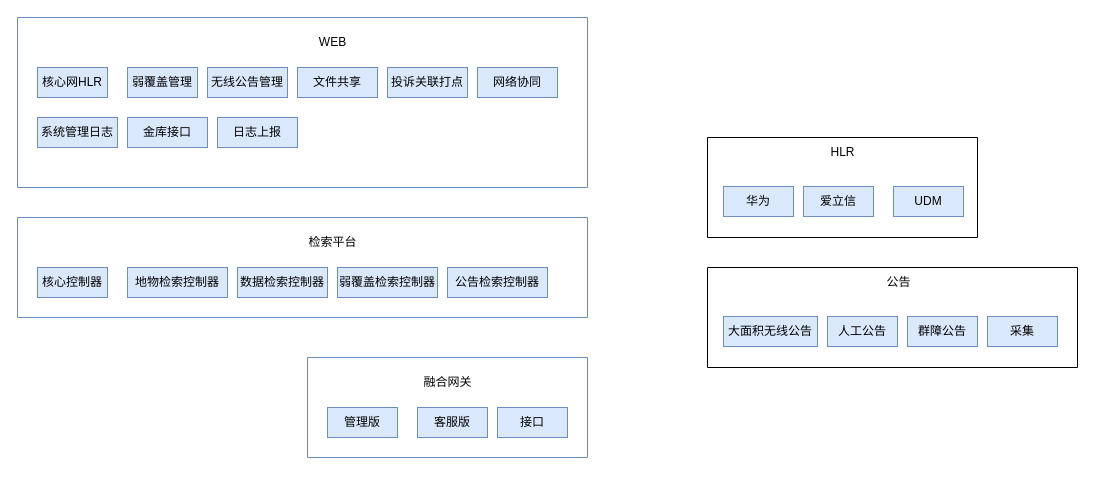
The draw.io diagram 天津系统架构.drawio in MaskJS/draw.io, before the edit. Source tidied: cells renumbered, new cells numbered last; positions are measured from the earlier drawing's top-left corner, leaving out a move shared by most shapes. Both pictures are drawn from the tidied source at 100%, with x=0, y=0 at pixel (17, 17).
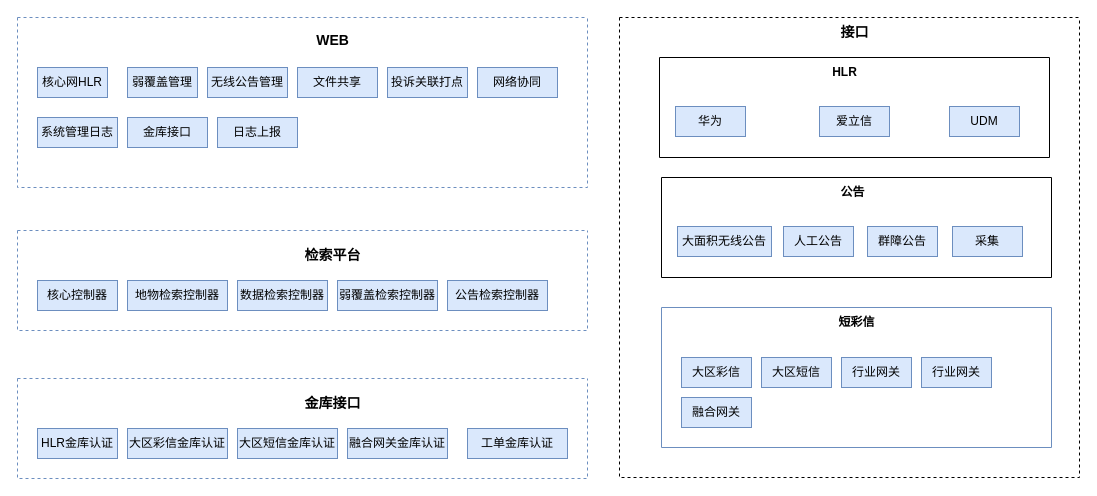
After the change.

Commit message (it also covers changes not shown here):
更新天津系统架构.drawio

Diff of the diagram source:
```diff
@@
-<mxGraphModel>
+<mxGraphModel background="#ffffff">
@@
-    <mxCell id="2" style="swimlane;startSize=0;fillColor=#dae8fc;strokeColor=#6c8ebf;" parent="1" vertex="1">
-      <mxGeometry x="290" y="340" width="280" height="100" as="geometry" />
-    </mxCell>
-    <mxCell id="3" value="管理版" style="whiteSpace=wrap;html=1;fillColor=#dae8fc;strokeColor=#6c8ebf;" parent="2" vertex="1">
-      <mxGeometry x="20" y="50" width="70" height="30" as="geometry" />
-    </mxCell>
-    <mxCell id="4" value="融合网关" style="text;html=1;align=center;verticalAlign=middle;strokeColor=none;fillColor=none;" parent="2" vertex="1">
-      <mxGeometry x="105" y="10" width="70" height="30" as="geometry" />
-    </mxCell>
-    <mxCell id="5" value="客服版" style="whiteSpace=wrap;html=1;fillColor=#dae8fc;strokeColor=#6c8ebf;" parent="2" vertex="1">
-      <mxGeometry x="110" y="50" width="70" height="30" as="geometry" />
-    </mxCell>
-    <mxCell id="6" value="接口" style="whiteSpace=wrap;html=1;fillColor=#dae8fc;strokeColor=#6c8ebf;" parent="2" vertex="1">
-      <mxGeometry x="190" y="50" width="70" height="30" as="geometry" />
-    </mxCell>
-    <mxCell id="7" style="swimlane;startSize=0;fillColor=default;" parent="1" vertex="1">
-      <mxGeometry x="690" y="120" width="270" height="100" as="geometry" />
-    </mxCell>
-    <mxCell id="8" value="HLR" style="text;html=1;align=center;verticalAlign=middle;strokeColor=none;fillColor=none;" parent="7" vertex="1">
-      <mxGeometry x="110" width="50" height="30" as="geometry" />
-    </mxCell>
-    <mxCell id="9" value="华为" style="whiteSpace=wrap;html=1;fillColor=#dae8fc;strokeColor=#6c8ebf;" parent="7" vertex="1">
-      <mxGeometry x="16" y="49" width="70" height="30" as="geometry" />
-    </mxCell>
-    <mxCell id="10" value="爱立信" style="whiteSpace=wrap;html=1;fillColor=#dae8fc;strokeColor=#6c8ebf;" parent="7" vertex="1">
-      <mxGeometry x="96" y="49" width="70" height="30" as="geometry" />
-    </mxCell>
-    <mxCell id="11" value="UDM" style="whiteSpace=wrap;html=1;fillColor=#dae8fc;strokeColor=#6c8ebf;" parent="7" vertex="1">
-      <mxGeometry x="186" y="49" width="70" height="30" as="geometry" />
-    </mxCell>
-    <mxCell id="12" style="swimlane;startSize=0;fillColor=default;" parent="1" vertex="1">
-      <mxGeometry x="690" y="250" width="370" height="100" as="geometry" />
-    </mxCell>
-    <mxCell id="13" value="公告" style="text;html=1;align=center;verticalAlign=middle;strokeColor=none;fillColor=none;" parent="12" vertex="1">
-      <mxGeometry x="166" width="50" height="30" as="geometry" />
-    </mxCell>
-    <mxCell id="14" value="大面积无线公告" style="whiteSpace=wrap;html=1;fillColor=#dae8fc;strokeColor=#6c8ebf;" parent="12" vertex="1">
-      <mxGeometry x="16" y="49" width="94" height="30" as="geometry" />
-    </mxCell>
-    <mxCell id="15" value="人工公告" style="whiteSpace=wrap;html=1;fillColor=#dae8fc;strokeColor=#6c8ebf;" parent="12" vertex="1">
-      <mxGeometry x="120" y="49" width="70" height="30" as="geometry" />
-    </mxCell>
-    <mxCell id="16" value="群障公告" style="whiteSpace=wrap;html=1;fillColor=#dae8fc;strokeColor=#6c8ebf;" parent="12" vertex="1">
-      <mxGeometry x="200" y="49" width="70" height="30" as="geometry" />
-    </mxCell>
-    <mxCell id="17" value="采集" style="whiteSpace=wrap;html=1;fillColor=#dae8fc;strokeColor=#6c8ebf;" parent="12" vertex="1">
-      <mxGeometry x="280" y="49" width="70" height="30" as="geometry" />
-    </mxCell>
-    <mxCell id="18" style="swimlane;startSize=0;fillColor=#dae8fc;strokeColor=#6c8ebf;" parent="1" vertex="1">
+    <mxCell id="18" style="swimlane;startSize=0;fillColor=#30DAFC;strokeColor=#6c8ebf;dashed=1;" parent="1" vertex="1">
       <mxGeometry width="570" height="170" as="geometry" />
     </mxCell>
@@
-    <mxCell id="20" value="WEB" style="text;html=1;align=center;verticalAlign=middle;strokeColor=none;fillColor=none;" parent="18" vertex="1">
-      <mxGeometry x="290" y="10" width="50" height="30" as="geometry" />
+    <mxCell id="20" value="WEB" style="text;html=1;align=center;verticalAlign=middle;strokeColor=none;fillColor=none;fontStyle=1;fontSize=14;" parent="18" vertex="1">
+      <mxGeometry x="285" y="8" width="60" height="30" as="geometry" />
     </mxCell>
@@
-    <mxCell id="29" style="swimlane;startSize=0;fillColor=#dae8fc;strokeColor=#6c8ebf;" parent="1" vertex="1">
-      <mxGeometry y="200" width="570" height="100" as="geometry" />
+    <mxCell id="29" style="swimlane;startSize=0;fillColor=#dae8fc;strokeColor=#6c8ebf;dashed=1;" parent="1" vertex="1">
+      <mxGeometry y="213" width="570" height="100" as="geometry" />
     </mxCell>
     <mxCell id="30" value="核心控制器" style="whiteSpace=wrap;html=1;fillColor=#dae8fc;strokeColor=#6c8ebf;" parent="29" vertex="1">
-      <mxGeometry x="20" y="50" width="70" height="30" as="geometry" />
+      <mxGeometry x="20" y="50" width="80" height="30" as="geometry" />
     </mxCell>
-    <mxCell id="31" value="检索平台" style="text;html=1;align=center;verticalAlign=middle;strokeColor=none;fillColor=none;" parent="29" vertex="1">
-      <mxGeometry x="280" y="10" width="70" height="30" as="geometry" />
+    <mxCell id="31" value="检索平台" style="text;html=1;align=center;verticalAlign=middle;strokeColor=none;fillColor=none;fontStyle=1;fontSize=14;" parent="29" vertex="1">
+      <mxGeometry x="275" y="10" width="80" height="30" as="geometry" />
     </mxCell>
@@
+    <mxCell id="36" style="swimlane;startSize=0;fillColor=#d5e8d4;strokeColor=default;dashed=1;" parent="1" vertex="1">
+      <mxGeometry x="602" width="460" height="460" as="geometry" />
+    </mxCell>
+    <mxCell id="6" value="接口" style="text;html=1;align=center;verticalAlign=middle;strokeColor=none;fillColor=none;fontStyle=1;fontSize=14;" parent="36" vertex="1">
+      <mxGeometry x="210" width="50" height="30" as="geometry" />
+    </mxCell>
+    <mxCell id="7" style="swimlane;startSize=0;fillColor=default;fontSize=14;" parent="36" vertex="1">
+      <mxGeometry x="40" y="40" width="390" height="100" as="geometry" />
+    </mxCell>
+    <mxCell id="8" value="HLR" style="text;html=1;align=center;verticalAlign=middle;strokeColor=none;fillColor=none;fontStyle=1;" parent="7" vertex="1">
+      <mxGeometry x="160" width="50" height="30" as="geometry" />
+    </mxCell>
+    <mxCell id="9" value="华为" style="whiteSpace=wrap;html=1;fillColor=#dae8fc;strokeColor=#6c8ebf;" parent="7" vertex="1">
+      <mxGeometry x="16" y="49" width="70" height="30" as="geometry" />
+    </mxCell>
+    <mxCell id="10" value="爱立信" style="whiteSpace=wrap;html=1;fillColor=#dae8fc;strokeColor=#6c8ebf;" parent="7" vertex="1">
+      <mxGeometry x="160" y="49" width="70" height="30" as="geometry" />
+    </mxCell>
+    <mxCell id="11" value="UDM" style="whiteSpace=wrap;html=1;fillColor=#dae8fc;strokeColor=#6c8ebf;" parent="7" vertex="1">
+      <mxGeometry x="290" y="49" width="70" height="30" as="geometry" />
+    </mxCell>
+    <mxCell id="12" style="swimlane;startSize=0;fillColor=default;" parent="36" vertex="1">
+      <mxGeometry x="42" y="160" width="390" height="100" as="geometry" />
+    </mxCell>
+    <mxCell id="13" value="公告" style="text;html=1;align=center;verticalAlign=middle;strokeColor=none;fillColor=none;fontStyle=1;" parent="12" vertex="1">
+      <mxGeometry x="166" width="50" height="30" as="geometry" />
+    </mxCell>
+    <mxCell id="14" value="大面积无线公告" style="whiteSpace=wrap;html=1;fillColor=#dae8fc;strokeColor=#6c8ebf;" parent="12" vertex="1">
+      <mxGeometry x="16" y="49" width="94" height="30" as="geometry" />
+    </mxCell>
+    <mxCell id="15" value="人工公告" style="whiteSpace=wrap;html=1;fillColor=#dae8fc;strokeColor=#6c8ebf;" parent="12" vertex="1">
+      <mxGeometry x="122" y="49" width="70" height="30" as="geometry" />
+    </mxCell>
+    <mxCell id="16" value="群障公告" style="whiteSpace=wrap;html=1;fillColor=#dae8fc;strokeColor=#6c8ebf;" parent="12" vertex="1">
+      <mxGeometry x="206" y="49" width="70" height="30" as="geometry" />
+    </mxCell>
+    <mxCell id="17" value="采集" style="whiteSpace=wrap;html=1;fillColor=#dae8fc;strokeColor=#6c8ebf;" parent="12" vertex="1">
+      <mxGeometry x="291" y="49" width="70" height="30" as="geometry" />
+    </mxCell>
+    <mxCell id="37" style="swimlane;startSize=0;fillColor=#dae8fc;strokeColor=#6c8ebf;" parent="36" vertex="1">
+      <mxGeometry x="42" y="290" width="390" height="140" as="geometry" />
+    </mxCell>
+    <mxCell id="38" value="大区彩信" style="whiteSpace=wrap;html=1;fillColor=#dae8fc;strokeColor=#6c8ebf;" parent="37" vertex="1">
+      <mxGeometry x="20" y="50" width="70" height="30" as="geometry" />
+    </mxCell>
+    <mxCell id="39" value="短彩信" style="text;html=1;align=center;verticalAlign=middle;strokeColor=none;fillColor=none;fontStyle=1;" parent="37" vertex="1">
+      <mxGeometry x="165" width="60" height="30" as="geometry" />
+    </mxCell>
+    <mxCell id="40" value="大区短信" style="whiteSpace=wrap;html=1;fillColor=#dae8fc;strokeColor=#6c8ebf;" parent="37" vertex="1">
+      <mxGeometry x="100" y="50" width="70" height="30" as="geometry" />
+    </mxCell>
+    <mxCell id="41" value="行业网关" style="whiteSpace=wrap;html=1;fillColor=#dae8fc;strokeColor=#6c8ebf;" parent="37" vertex="1">
+      <mxGeometry x="180" y="50" width="70" height="30" as="geometry" />
+    </mxCell>
+    <mxCell id="42" value="行业网关" style="whiteSpace=wrap;html=1;fillColor=#dae8fc;strokeColor=#6c8ebf;" parent="37" vertex="1">
+      <mxGeometry x="260" y="50" width="70" height="30" as="geometry" />
+    </mxCell>
+    <mxCell id="4" value="融合网关" style="whiteSpace=wrap;html=1;fillColor=#dae8fc;strokeColor=#6c8ebf;" parent="37" vertex="1">
+      <mxGeometry x="20" y="90" width="70" height="30" as="geometry" />
+    </mxCell>
+    <mxCell id="43" style="swimlane;startSize=0;fillColor=#dae8fc;strokeColor=#6c8ebf;dashed=1;" parent="1" vertex="1">
+      <mxGeometry y="361" width="570" height="100" as="geometry" />
+    </mxCell>
+    <mxCell id="44" value="HLR金库认证" style="whiteSpace=wrap;html=1;fillColor=#dae8fc;strokeColor=#6c8ebf;" parent="43" vertex="1">
+      <mxGeometry x="20" y="50" width="80" height="30" as="geometry" />
+    </mxCell>
+    <mxCell id="45" value="金库接口" style="text;html=1;align=center;verticalAlign=middle;strokeColor=none;fillColor=none;fontStyle=1;fontSize=14;" parent="43" vertex="1">
+      <mxGeometry x="275" y="10" width="80" height="30" as="geometry" />
+    </mxCell>
+    <mxCell id="46" value="大区彩信金库认证" style="whiteSpace=wrap;html=1;fillColor=#dae8fc;strokeColor=#6c8ebf;" parent="43" vertex="1">
+      <mxGeometry x="110" y="50" width="100" height="30" as="geometry" />
+    </mxCell>
+    <mxCell id="47" value="大区短信金库认证" style="whiteSpace=wrap;html=1;fillColor=#dae8fc;strokeColor=#6c8ebf;" parent="43" vertex="1">
+      <mxGeometry x="220" y="50" width="100" height="30" as="geometry" />
+    </mxCell>
+    <mxCell id="48" value="融合网关金库认证" style="whiteSpace=wrap;html=1;fillColor=#dae8fc;strokeColor=#6c8ebf;" parent="43" vertex="1">
+      <mxGeometry x="330" y="50" width="100" height="30" as="geometry" />
+    </mxCell>
+    <mxCell id="49" value="工单金库认证" style="whiteSpace=wrap;html=1;fillColor=#dae8fc;strokeColor=#6c8ebf;" parent="43" vertex="1">
+      <mxGeometry x="450" y="50" width="100" height="30" as="geometry" />
+    </mxCell>
```
